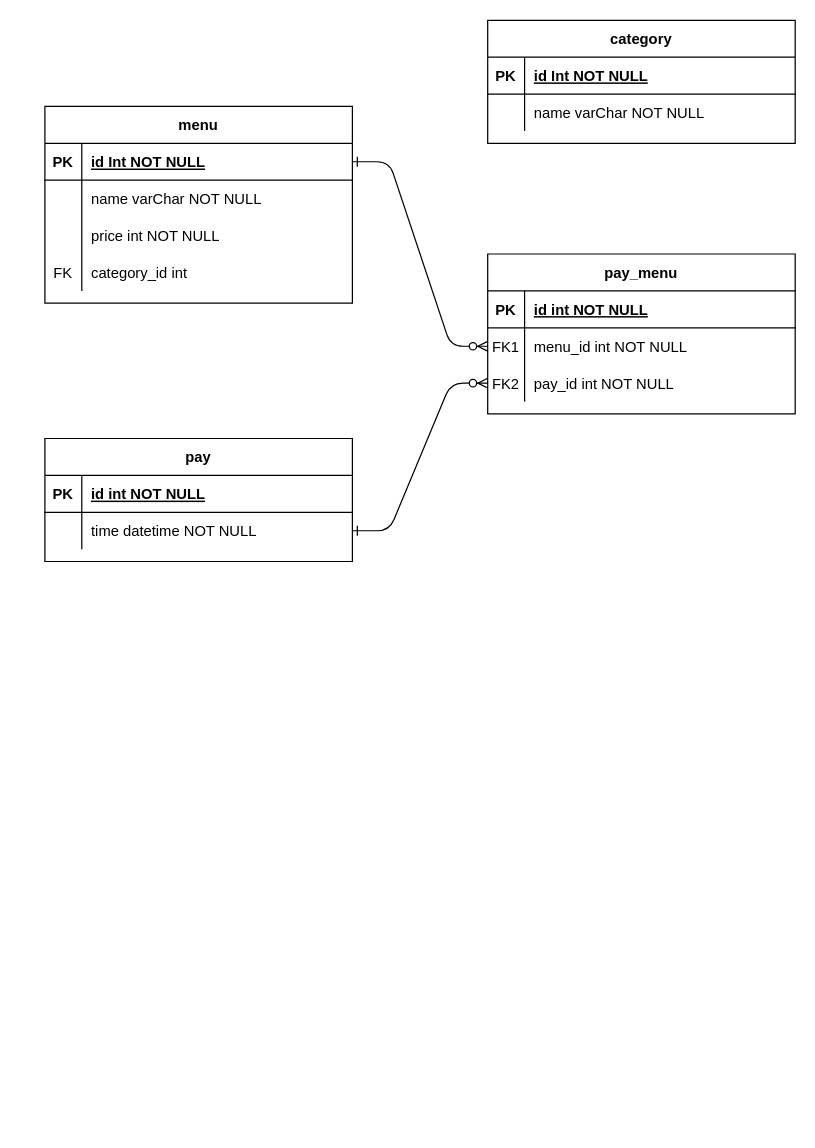
Above: 1차 DB ERD.drawio in AII-the-time/design-document (draw.io), before the change. Source tidied: cells renumbered, new cells numbered last; positions are measured from the earlier drawing's top-left corner, leaving out a move shared by most shapes. Both pictures are drawn from the tidied source at 123%, with x=0, y=0 at pixel (44, 20).
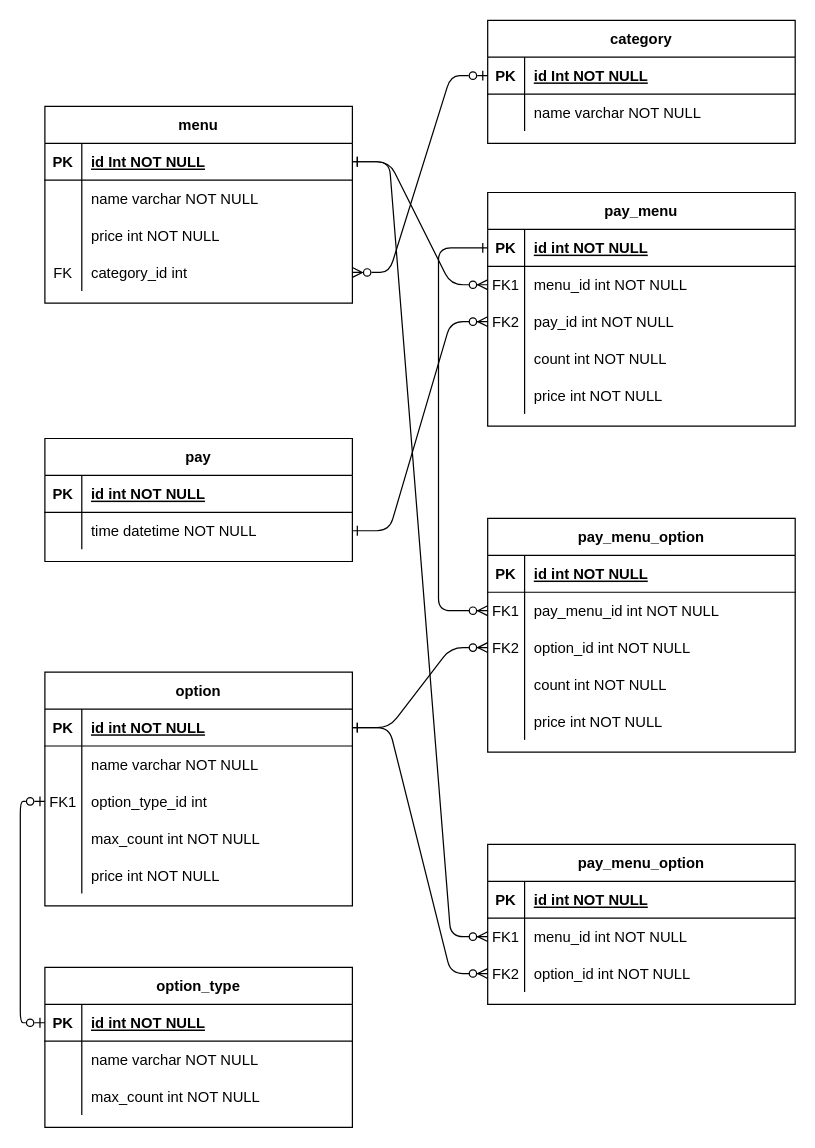
After the change.

Commit message:
1차 DB ERD.drawio 업데이트

The change refers to these unchanged cells:
```xml
<mxCell id="4" style="shape=partialRectangle;fillColor=none;points=[[0,0.5],[1,0.5]];portConstraint=eastwest;top=0;left=0;right=0;bottom=1;" parent="3" vertex="1">
  <mxGeometry y="30" width="250" height="30" as="geometry" />
</mxCell>
<mxCell id="21" style="shape=partialRectangle;fillColor=none;points=[[0,0.5],[1,0.5]];portConstraint=eastwest;top=0;left=0;right=0;bottom=1;" parent="20" vertex="1">
  <mxGeometry y="30" width="250" height="30" as="geometry" />
</mxCell>
<mxCell id="24" style="shape=partialRectangle;fillColor=none;top=0;left=0;right=0;bottom=0;" parent="20" vertex="1">
  <mxGeometry y="60" width="250" height="30" as="geometry" />
</mxCell>
<mxCell id="30" style="shape=partialRectangle;fillColor=none;points=[[0,0.5],[1,0.5]];portConstraint=eastwest;top=0;left=0;right=0;bottom=0;" parent="20" vertex="1">
  <mxGeometry y="120" width="250" height="30" as="geometry" />
</mxCell>
<mxCell id="35" style="shape=partialRectangle;fillColor=none;points=[[0,0.5],[1,0.5]];portConstraint=eastwest;top=0;left=0;right=0;bottom=1;" parent="34" vertex="1">
  <mxGeometry y="30" width="250" height="30" as="geometry" />
</mxCell>
<mxCell id="38" style="shape=partialRectangle;fillColor=none;top=0;left=0;right=0;bottom=0;" parent="34" vertex="1">
  <mxGeometry y="60" width="250" height="30" as="geometry" />
</mxCell>
```

Change to the diagram source:
```diff
@@
     <mxCell id="3" value="pay_menu" style="shape=table;startSize=30;childLayout=tableLayout;rowLines=0;fontStyle=1;align=center;" parent="1" vertex="1">
-      <mxGeometry x="360" y="190" width="250" height="130" as="geometry" />
+      <mxGeometry x="360" y="140" width="250" height="190" as="geometry" />
     </mxCell>
@@
+    <mxCell id="41" style="shape=partialRectangle;fillColor=none;top=0;left=0;right=0;bottom=0;" parent="3" vertex="1">
+      <mxGeometry y="120" width="250" height="30" as="geometry" />
+    </mxCell>
+    <mxCell id="42" style="shape=partialRectangle;overflow=hidden;fillColor=none;top=0;left=0;bottom=0;right=0;" parent="41" vertex="1">
+      <mxGeometry width="30" height="30" as="geometry" />
+    </mxCell>
+    <mxCell id="43" value="count int NOT NULL" style="shape=partialRectangle;overflow=hidden;fillColor=none;top=0;left=0;bottom=0;right=0;align=left;spacingLeft=6;" parent="41" vertex="1">
+      <mxGeometry x="30" width="220" height="30" as="geometry" />
+    </mxCell>
+    <mxCell id="44" style="shape=partialRectangle;fillColor=none;top=0;left=0;right=0;bottom=0;" parent="3" vertex="1">
+      <mxGeometry y="150" width="250" height="30" as="geometry" />
+    </mxCell>
+    <mxCell id="45" style="shape=partialRectangle;overflow=hidden;fillColor=none;top=0;left=0;bottom=0;right=0;" parent="44" vertex="1">
+      <mxGeometry width="30" height="30" as="geometry" />
+    </mxCell>
+    <mxCell id="46" value="price int NOT NULL" style="shape=partialRectangle;overflow=hidden;fillColor=none;top=0;left=0;bottom=0;right=0;align=left;spacingLeft=6;" parent="44" vertex="1">
+      <mxGeometry x="30" width="220" height="30" as="geometry" />
+    </mxCell>
@@
-    <mxCell id="26" value="name varChar NOT NULL" style="shape=partialRectangle;overflow=hidden;fillColor=none;top=0;left=0;bottom=0;right=0;align=left;spacingLeft=6;" parent="24" vertex="1">
+    <mxCell id="26" value="name varchar NOT NULL" style="shape=partialRectangle;overflow=hidden;fillColor=none;top=0;left=0;bottom=0;right=0;align=left;spacingLeft=6;" parent="24" vertex="1">
       <mxGeometry x="30" width="220" height="30" as="geometry" />
     </mxCell>
@@
-    <mxCell id="40" value="name varChar NOT NULL" style="shape=partialRectangle;overflow=hidden;fillColor=none;top=0;left=0;bottom=0;right=0;align=left;spacingLeft=6;" parent="38" vertex="1">
+    <mxCell id="40" value="name varchar NOT NULL" style="shape=partialRectangle;overflow=hidden;fillColor=none;top=0;left=0;bottom=0;right=0;align=left;spacingLeft=6;" parent="38" vertex="1">
       <mxGeometry x="30" width="220" height="30" as="geometry" />
     </mxCell>
+    <mxCell id="47" style="edgeStyle=entityRelationEdgeStyle;rounded=1;jettySize=auto;html=1;strokeColor=default;startArrow=ERzeroToOne;startFill=0;endArrow=ERzeroToMany;endFill=0;" parent="1" edge="1" source="35" target="30">
+      <mxGeometry relative="1" as="geometry" />
+    </mxCell>
+    <mxCell id="48" value="pay_menu_option" style="shape=table;startSize=30;childLayout=tableLayout;rowLines=0;fontStyle=1;align=center;" parent="1" vertex="1">
+      <mxGeometry x="360" y="405" width="250" height="190" as="geometry" />
+    </mxCell>
+    <mxCell id="49" style="shape=partialRectangle;fillColor=none;top=0;left=0;right=0;bottom=1;" parent="48" vertex="1">
+      <mxGeometry y="30" width="250" height="30" as="geometry" />
+    </mxCell>
+    <mxCell id="50" value="PK" style="shape=partialRectangle;overflow=hidden;fillColor=none;top=0;left=0;bottom=0;right=0;fontStyle=1;" parent="49" vertex="1">
+      <mxGeometry width="30" height="30" as="geometry" />
+    </mxCell>
+    <mxCell id="51" value="id int NOT NULL " style="shape=partialRectangle;overflow=hidden;fillColor=none;top=0;left=0;bottom=0;right=0;align=left;spacingLeft=6;fontStyle=5;" parent="49" vertex="1">
+      <mxGeometry x="30" width="220" height="30" as="geometry" />
+    </mxCell>
+    <mxCell id="52" style="shape=partialRectangle;fillColor=none;points=[[0,0.5],[1,0.5]];portConstraint=eastwest;top=0;left=0;right=0;bottom=0;" parent="48" vertex="1">
+      <mxGeometry y="60" width="250" height="30" as="geometry" />
+    </mxCell>
+    <mxCell id="53" value="FK1" style="shape=partialRectangle;overflow=hidden;fillColor=none;top=0;left=0;bottom=0;right=0;" parent="52" vertex="1">
+      <mxGeometry width="30" height="30" as="geometry" />
+    </mxCell>
+    <mxCell id="54" value="pay_menu_id int NOT NULL" style="shape=partialRectangle;overflow=hidden;fillColor=none;top=0;left=0;bottom=0;right=0;align=left;spacingLeft=6;" parent="52" vertex="1">
+      <mxGeometry x="30" width="220" height="30" as="geometry" />
+    </mxCell>
+    <mxCell id="55" style="shape=partialRectangle;fillColor=none;points=[[0,0.5],[1,0.5]];portConstraint=eastwest;top=0;left=0;right=0;bottom=0;" parent="48" vertex="1">
+      <mxGeometry y="90" width="250" height="30" as="geometry" />
+    </mxCell>
+    <mxCell id="56" value="FK2" style="shape=partialRectangle;overflow=hidden;fillColor=none;top=0;left=0;bottom=0;right=0;" parent="55" vertex="1">
+      <mxGeometry width="30" height="30" as="geometry" />
+    </mxCell>
+    <mxCell id="57" value="option_id int NOT NULL" style="shape=partialRectangle;overflow=hidden;fillColor=none;top=0;left=0;bottom=0;right=0;align=left;spacingLeft=6;" parent="55" vertex="1">
+      <mxGeometry x="30" width="220" height="30" as="geometry" />
+    </mxCell>
+    <mxCell id="58" style="shape=partialRectangle;fillColor=none;top=0;left=0;right=0;bottom=0;" parent="48" vertex="1">
+      <mxGeometry y="120" width="250" height="30" as="geometry" />
+    </mxCell>
+    <mxCell id="59" style="shape=partialRectangle;overflow=hidden;fillColor=none;top=0;left=0;bottom=0;right=0;" parent="58" vertex="1">
+      <mxGeometry width="30" height="30" as="geometry" />
+    </mxCell>
+    <mxCell id="60" value="count int NOT NULL" style="shape=partialRectangle;overflow=hidden;fillColor=none;top=0;left=0;bottom=0;right=0;align=left;spacingLeft=6;" parent="58" vertex="1">
+      <mxGeometry x="30" width="220" height="30" as="geometry" />
+    </mxCell>
+    <mxCell id="61" style="shape=partialRectangle;fillColor=none;top=0;left=0;right=0;bottom=0;" parent="48" vertex="1">
+      <mxGeometry y="150" width="250" height="30" as="geometry" />
+    </mxCell>
+    <mxCell id="62" style="shape=partialRectangle;overflow=hidden;fillColor=none;top=0;left=0;bottom=0;right=0;" parent="61" vertex="1">
+      <mxGeometry width="30" height="30" as="geometry" />
+    </mxCell>
+    <mxCell id="63" value="price int NOT NULL" style="shape=partialRectangle;overflow=hidden;fillColor=none;top=0;left=0;bottom=0;right=0;align=left;spacingLeft=6;" parent="61" vertex="1">
+      <mxGeometry x="30" width="220" height="30" as="geometry" />
+    </mxCell>
+    <mxCell id="64" style="edgeStyle=orthogonalEdgeStyle;endArrow=ERzeroToMany;startArrow=ERone;endFill=1;startFill=0;exitX=0;exitY=0.5;exitDx=0;exitDy=0;entryX=0;entryY=0.5;entryDx=0;entryDy=0;" parent="1" edge="1" source="4" target="52">
+      <mxGeometry relative="1" as="geometry">
+        <Array as="points">
+          <mxPoint x="320" y="185" />
+          <mxPoint x="320" y="480" />
+        </Array>
+      </mxGeometry>
+    </mxCell>
+    <mxCell id="65" value="option" style="shape=table;startSize=30;childLayout=tableLayout;rowLines=0;fontStyle=1;align=center;" parent="1" vertex="1">
+      <mxGeometry y="530" width="250" height="190" as="geometry" />
+    </mxCell>
+    <mxCell id="66" style="shape=partialRectangle;fillColor=none;points=[[0,0.5],[1,0.5]];portConstraint=eastwest;top=0;left=0;right=0;bottom=1;" parent="65" vertex="1">
+      <mxGeometry y="30" width="250" height="30" as="geometry" />
+    </mxCell>
+    <mxCell id="67" value="PK" style="shape=partialRectangle;overflow=hidden;fillColor=none;top=0;left=0;bottom=0;right=0;fontStyle=1;" parent="66" vertex="1">
+      <mxGeometry width="30" height="30" as="geometry" />
+    </mxCell>
+    <mxCell id="68" value="id int NOT NULL " style="shape=partialRectangle;overflow=hidden;fillColor=none;top=0;left=0;bottom=0;right=0;align=left;spacingLeft=6;fontStyle=5;" parent="66" vertex="1">
+      <mxGeometry x="30" width="220" height="30" as="geometry" />
+    </mxCell>
+    <mxCell id="69" style="shape=partialRectangle;fillColor=none;top=0;left=0;right=0;bottom=0;" parent="65" vertex="1">
+      <mxGeometry y="60" width="250" height="30" as="geometry" />
+    </mxCell>
+    <mxCell id="70" style="shape=partialRectangle;overflow=hidden;fillColor=none;top=0;left=0;bottom=0;right=0;" parent="69" vertex="1">
+      <mxGeometry width="30" height="30" as="geometry" />
+    </mxCell>
+    <mxCell id="71" value="name varchar NOT NULL" style="shape=partialRectangle;overflow=hidden;fillColor=none;top=0;left=0;bottom=0;right=0;align=left;spacingLeft=6;" parent="69" vertex="1">
+      <mxGeometry x="30" width="220" height="30" as="geometry" />
+    </mxCell>
+    <mxCell id="72" style="shape=partialRectangle;fillColor=none;points=[[0,0.5],[1,0.5]];portConstraint=eastwest;top=0;left=0;right=0;bottom=0;" parent="65" vertex="1">
+      <mxGeometry y="90" width="250" height="30" as="geometry" />
+    </mxCell>
+    <mxCell id="73" value="FK1" style="shape=partialRectangle;overflow=hidden;fillColor=none;top=0;left=0;bottom=0;right=0;" parent="72" vertex="1">
+      <mxGeometry width="30" height="30" as="geometry" />
+    </mxCell>
+    <mxCell id="74" value="option_type_id int" style="shape=partialRectangle;overflow=hidden;fillColor=none;top=0;left=0;bottom=0;right=0;align=left;spacingLeft=6;" parent="72" vertex="1">
+      <mxGeometry x="30" width="220" height="30" as="geometry" />
+    </mxCell>
+    <mxCell id="75" style="shape=partialRectangle;fillColor=none;top=0;left=0;right=0;bottom=0;" parent="65" vertex="1">
+      <mxGeometry y="120" width="250" height="30" as="geometry" />
+    </mxCell>
+    <mxCell id="76" style="shape=partialRectangle;overflow=hidden;fillColor=none;top=0;left=0;bottom=0;right=0;" parent="75" vertex="1">
+      <mxGeometry width="30" height="30" as="geometry" />
+    </mxCell>
+    <mxCell id="77" value="max_count int NOT NULL" style="shape=partialRectangle;overflow=hidden;fillColor=none;top=0;left=0;bottom=0;right=0;align=left;spacingLeft=6;" parent="75" vertex="1">
+      <mxGeometry x="30" width="220" height="30" as="geometry" />
+    </mxCell>
+    <mxCell id="78" style="shape=partialRectangle;fillColor=none;top=0;left=0;right=0;bottom=0;" parent="65" vertex="1">
+      <mxGeometry y="150" width="250" height="30" as="geometry" />
+    </mxCell>
+    <mxCell id="79" style="shape=partialRectangle;overflow=hidden;fillColor=none;top=0;left=0;bottom=0;right=0;" parent="78" vertex="1">
+      <mxGeometry width="30" height="30" as="geometry" />
+    </mxCell>
+    <mxCell id="80" value="price int NOT NULL" style="shape=partialRectangle;overflow=hidden;fillColor=none;top=0;left=0;bottom=0;right=0;align=left;spacingLeft=6;" parent="78" vertex="1">
+      <mxGeometry x="30" width="220" height="30" as="geometry" />
+    </mxCell>
+    <mxCell id="81" value="option_type" style="shape=table;startSize=30;childLayout=tableLayout;rowLines=0;fontStyle=1;align=center;" parent="1" vertex="1">
+      <mxGeometry y="770" width="250" height="130" as="geometry" />
+    </mxCell>
+    <mxCell id="82" style="shape=partialRectangle;fillColor=none;points=[[0,0.5],[1,0.5]];portConstraint=eastwest;top=0;left=0;right=0;bottom=1;" parent="81" vertex="1">
+      <mxGeometry y="30" width="250" height="30" as="geometry" />
+    </mxCell>
+    <mxCell id="83" value="PK" style="shape=partialRectangle;overflow=hidden;fillColor=none;top=0;left=0;bottom=0;right=0;fontStyle=1;" parent="82" vertex="1">
+      <mxGeometry width="30" height="30" as="geometry" />
+    </mxCell>
+    <mxCell id="84" value="id int NOT NULL " style="shape=partialRectangle;overflow=hidden;fillColor=none;top=0;left=0;bottom=0;right=0;align=left;spacingLeft=6;fontStyle=5;" parent="82" vertex="1">
+      <mxGeometry x="30" width="220" height="30" as="geometry" />
+    </mxCell>
+    <mxCell id="85" style="shape=partialRectangle;fillColor=none;top=0;left=0;right=0;bottom=0;" parent="81" vertex="1">
+      <mxGeometry y="60" width="250" height="30" as="geometry" />
+    </mxCell>
+    <mxCell id="86" style="shape=partialRectangle;overflow=hidden;fillColor=none;top=0;left=0;bottom=0;right=0;" parent="85" vertex="1">
+      <mxGeometry width="30" height="30" as="geometry" />
+    </mxCell>
+    <mxCell id="87" value="name varchar NOT NULL" style="shape=partialRectangle;overflow=hidden;fillColor=none;top=0;left=0;bottom=0;right=0;align=left;spacingLeft=6;" parent="85" vertex="1">
+      <mxGeometry x="30" width="220" height="30" as="geometry" />
+    </mxCell>
+    <mxCell id="88" style="shape=partialRectangle;fillColor=none;top=0;left=0;right=0;bottom=0;" parent="81" vertex="1">
+      <mxGeometry y="90" width="250" height="30" as="geometry" />
+    </mxCell>
+    <mxCell id="89" style="shape=partialRectangle;overflow=hidden;fillColor=none;top=0;left=0;bottom=0;right=0;" parent="88" vertex="1">
+      <mxGeometry width="30" height="30" as="geometry" />
+    </mxCell>
+    <mxCell id="90" value="max_count int NOT NULL" style="shape=partialRectangle;overflow=hidden;fillColor=none;top=0;left=0;bottom=0;right=0;align=left;spacingLeft=6;" parent="88" vertex="1">
+      <mxGeometry x="30" width="220" height="30" as="geometry" />
+    </mxCell>
+    <mxCell id="91" style="rounded=1;jettySize=auto;html=1;exitX=0;exitY=0.5;exitDx=0;exitDy=0;entryX=0;entryY=0.5;entryDx=0;entryDy=0;edgeStyle=orthogonalEdgeStyle;startArrow=ERzeroToOne;startFill=0;endArrow=ERzeroToOne;endFill=0;" parent="1" edge="1" source="82" target="72">
+      <mxGeometry relative="1" as="geometry" />
+    </mxCell>
+    <mxCell id="92" style="edgeStyle=entityRelationEdgeStyle;endArrow=ERzeroToMany;startArrow=ERone;endFill=1;startFill=0;entryX=0;entryY=0.5;entryDx=0;entryDy=0;exitX=1;exitY=0.5;exitDx=0;exitDy=0;" parent="1" edge="1" source="66" target="55">
+      <mxGeometry relative="1" as="geometry" />
+    </mxCell>
+    <mxCell id="93" value="pay_menu_option" style="shape=table;startSize=30;childLayout=tableLayout;rowLines=0;fontStyle=1;align=center;" parent="1" vertex="1">
+      <mxGeometry x="360" y="670" width="250" height="130" as="geometry" />
+    </mxCell>
+    <mxCell id="94" style="shape=partialRectangle;fillColor=none;top=0;left=0;right=0;bottom=1;" parent="93" vertex="1">
+      <mxGeometry y="30" width="250" height="30" as="geometry" />
+    </mxCell>
+    <mxCell id="95" value="PK" style="shape=partialRectangle;overflow=hidden;fillColor=none;top=0;left=0;bottom=0;right=0;fontStyle=1;" parent="94" vertex="1">
+      <mxGeometry width="30" height="30" as="geometry" />
+    </mxCell>
+    <mxCell id="96" value="id int NOT NULL " style="shape=partialRectangle;overflow=hidden;fillColor=none;top=0;left=0;bottom=0;right=0;align=left;spacingLeft=6;fontStyle=5;" parent="94" vertex="1">
+      <mxGeometry x="30" width="220" height="30" as="geometry" />
+    </mxCell>
+    <mxCell id="97" style="shape=partialRectangle;fillColor=none;points=[[0,0.5],[1,0.5]];portConstraint=eastwest;top=0;left=0;right=0;bottom=0;" parent="93" vertex="1">
+      <mxGeometry y="60" width="250" height="30" as="geometry" />
+    </mxCell>
+    <mxCell id="98" value="FK1" style="shape=partialRectangle;overflow=hidden;fillColor=none;top=0;left=0;bottom=0;right=0;" parent="97" vertex="1">
+      <mxGeometry width="30" height="30" as="geometry" />
+    </mxCell>
+    <mxCell id="99" value="menu_id int NOT NULL" style="shape=partialRectangle;overflow=hidden;fillColor=none;top=0;left=0;bottom=0;right=0;align=left;spacingLeft=6;" parent="97" vertex="1">
+      <mxGeometry x="30" width="220" height="30" as="geometry" />
+    </mxCell>
+    <mxCell id="100" style="shape=partialRectangle;fillColor=none;points=[[0,0.5],[1,0.5]];portConstraint=eastwest;top=0;left=0;right=0;bottom=0;" parent="93" vertex="1">
+      <mxGeometry y="90" width="250" height="30" as="geometry" />
+    </mxCell>
+    <mxCell id="101" value="FK2" style="shape=partialRectangle;overflow=hidden;fillColor=none;top=0;left=0;bottom=0;right=0;" parent="100" vertex="1">
+      <mxGeometry width="30" height="30" as="geometry" />
+    </mxCell>
+    <mxCell id="102" value="option_id int NOT NULL" style="shape=partialRectangle;overflow=hidden;fillColor=none;top=0;left=0;bottom=0;right=0;align=left;spacingLeft=6;" parent="100" vertex="1">
+      <mxGeometry x="30" width="220" height="30" as="geometry" />
+    </mxCell>
+    <mxCell id="103" style="edgeStyle=entityRelationEdgeStyle;endArrow=ERzeroToMany;startArrow=ERone;endFill=1;startFill=0;exitX=1;exitY=0.5;exitDx=0;exitDy=0;entryX=0;entryY=0.5;entryDx=0;entryDy=0;" parent="1" edge="1" source="21" target="97">
+      <mxGeometry relative="1" as="geometry" />
+    </mxCell>
+    <mxCell id="104" style="edgeStyle=entityRelationEdgeStyle;endArrow=ERzeroToMany;startArrow=ERone;endFill=1;startFill=0;entryX=0;entryY=0.5;entryDx=0;entryDy=0;exitX=1;exitY=0.5;exitDx=0;exitDy=0;" parent="1" edge="1" source="66" target="100">
+      <mxGeometry relative="1" as="geometry">
+        <Array as="points">
+          <mxPoint x="250" y="580" />
+        </Array>
+      </mxGeometry>
+    </mxCell>
```
